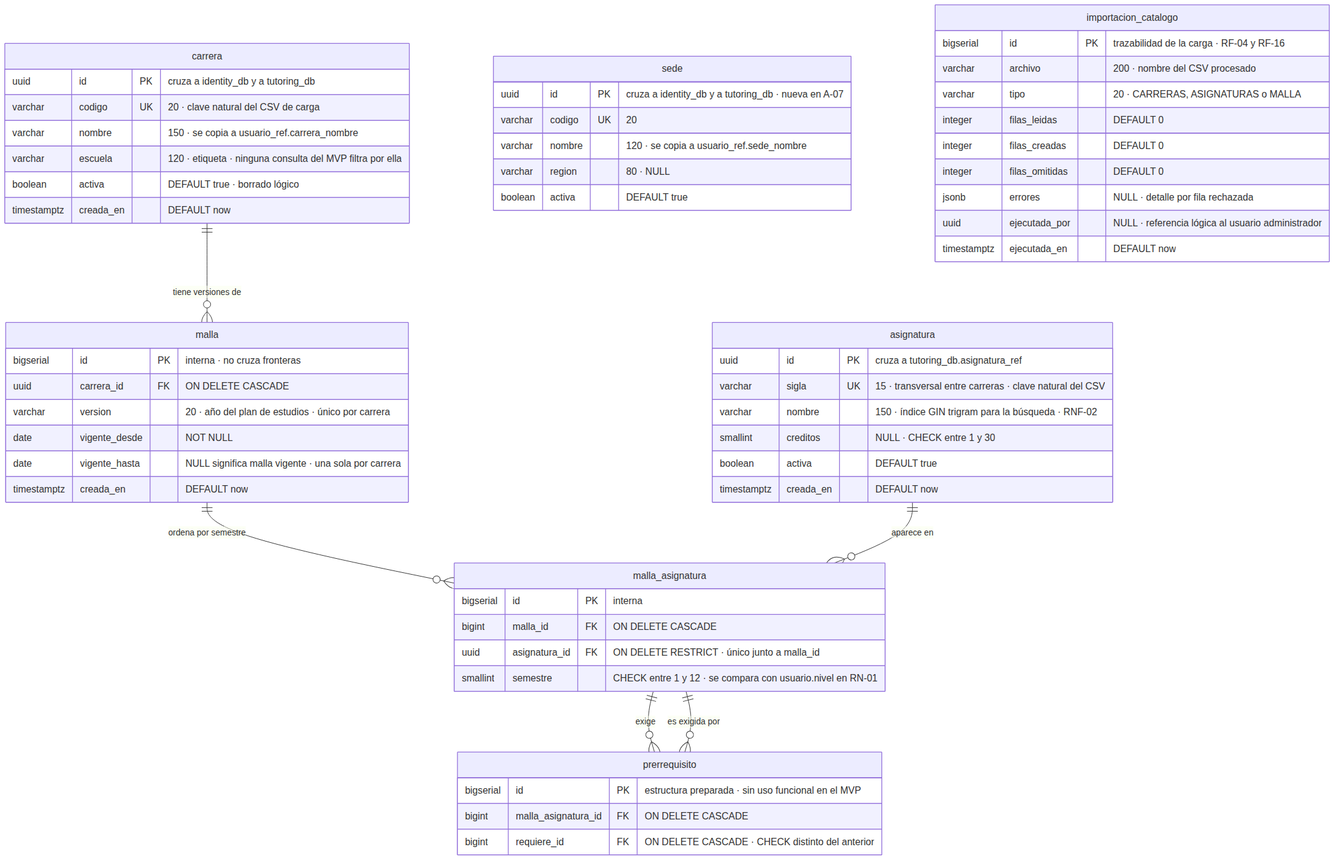
Earlier version of the Mermaid export docs/diagramas/02_catalog_db.png (Bacchi701/Plataforma-web-tutorias). Its source is kept beside it as docs/diagramas/02_catalog_db.mmd.
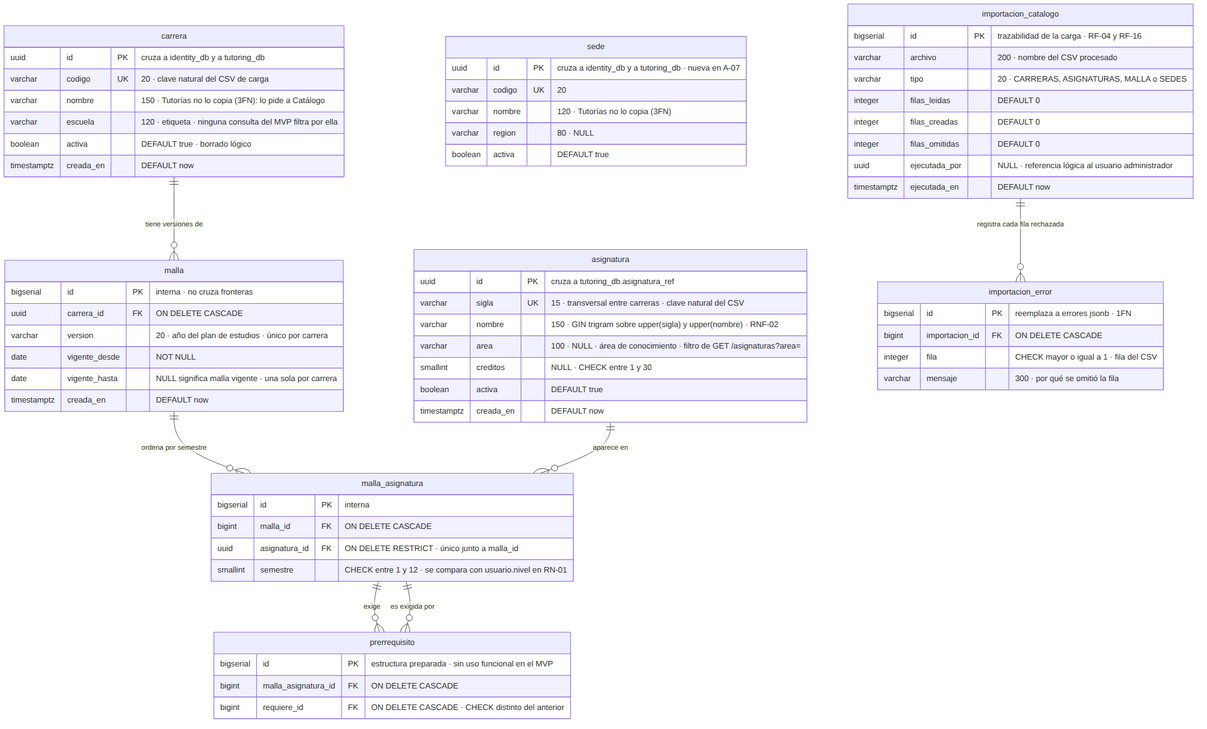
Above is the later version.

Diff of the diagram source:
```diff
@@ -2,7 +2,7 @@
     carrera {
         uuid id PK "cruza a identity_db y a tutoring_db"
         varchar codigo UK "20 · clave natural del CSV de carga"
-        varchar nombre "150 · se copia a usuario_ref.carrera_nombre"
+        varchar nombre "150 · Tutorías no lo copia (3FN): lo pide a Catálogo"
         varchar escuela "120 · etiqueta · ninguna consulta del MVP filtra por ella"
         boolean activa "DEFAULT true · borrado lógico"
         timestamptz creada_en "DEFAULT now"
@@ -20,7 +20,8 @@
     asignatura {
         uuid id PK "cruza a tutoring_db.asignatura_ref"
         varchar sigla UK "15 · transversal entre carreras · clave natural del CSV"
-        varchar nombre "150 · índice GIN trigram para la búsqueda · RNF-02"
+        varchar nombre "150 · GIN trigram sobre upper(sigla) y upper(nombre) · RNF-02"
+        varchar area "100 · NULL · área de conocimiento · filtro de GET /asignaturas?area="
         smallint creditos "NULL · CHECK entre 1 y 30"
         boolean activa "DEFAULT true"
         timestamptz creada_en "DEFAULT now"
@@ -42,7 +43,7 @@
     sede {
         uuid id PK "cruza a identity_db y a tutoring_db · nueva en A-07"
         varchar codigo UK "20"
-        varchar nombre "120 · se copia a usuario_ref.sede_nombre"
+        varchar nombre "120 · Tutorías no lo copia (3FN)"
         varchar region "80 · NULL"
         boolean activa "DEFAULT true"
     }
@@ -50,13 +51,19 @@
     importacion_catalogo {
         bigserial id PK "trazabilidad de la carga · RF-04 y RF-16"
         varchar archivo "200 · nombre del CSV procesado"
-        varchar tipo "20 · CARRERAS, ASIGNATURAS o MALLA"
+        varchar tipo "20 · CARRERAS, ASIGNATURAS, MALLA o SEDES"
         integer filas_leidas "DEFAULT 0"
         integer filas_creadas "DEFAULT 0"
         integer filas_omitidas "DEFAULT 0"
-        jsonb errores "NULL · detalle por fila rechazada"
         uuid ejecutada_por "NULL · referencia lógica al usuario administrador"
         timestamptz ejecutada_en "DEFAULT now"
+    }
+
+    importacion_error {
+        bigserial id PK "reemplaza a errores jsonb · 1FN"
+        bigint importacion_id FK "ON DELETE CASCADE"
+        integer fila "CHECK mayor o igual a 1 · fila del CSV"
+        varchar mensaje "300 · por qué se omitió la fila"
     }
 
     carrera ||--o{ malla : "tiene versiones de"
@@ -64,3 +71,4 @@
     asignatura ||--o{ malla_asignatura : "aparece en"
     malla_asignatura ||--o{ prerrequisito : "exige"
     malla_asignatura ||--o{ prerrequisito : "es exigida por"
+    importacion_catalogo ||--o{ importacion_error : "registra cada fila rechazada"
```
